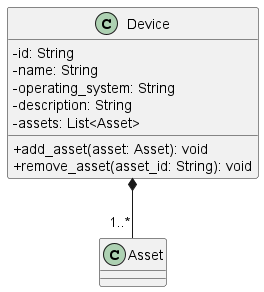
Above: src/PB/DocumentazioneEsterna/Specifica_Tecnica/content/uml/png/CreateDevice/Device.png in GroupRubberDuck/Documentazione (PlantUML), before the change. The source it was exported from:
```plantuml
@startuml Device
skinparam linetype ortho
skinparam classAttributeIconSize 0

class Device {
    - id: String
    - name: String
    - operating_system: String
    - description: String
    - assets: List<Asset>

    + add_asset(asset: Asset): void
    + remove_asset(asset_id: String): void
}

Device *-- "1..*" Asset

@enduml
```
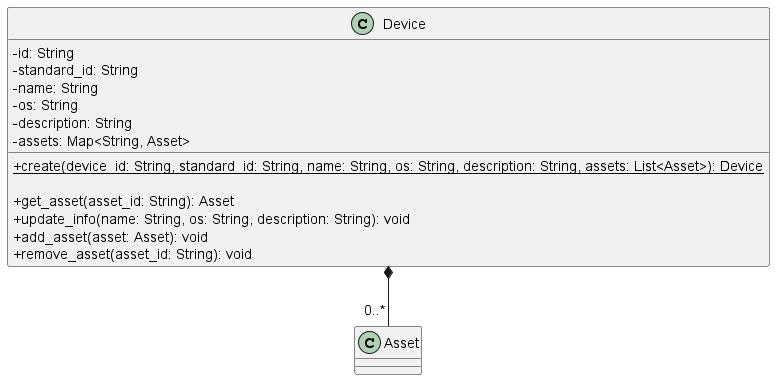
Later version of the same file.

The edit, as a diff of the source:
```diff
@@ -4,15 +4,20 @@
 
 class Device {
     - id: String
+    - standard_id: String
     - name: String
-    - operating_system: String
+    - os: String
     - description: String
-    - assets: List<Asset>
+    - assets: Map<String, Asset>
 
+    + {static} create(device_id: String, standard_id: String, name: String, os: String, description: String, assets: List<Asset>): Device
+
+    + get_asset(asset_id: String): Asset
+    + update_info(name: String, os: String, description: String): void
     + add_asset(asset: Asset): void
     + remove_asset(asset_id: String): void
 }
 
-Device *-- "1..*" Asset
+Device *-- "0..*" Asset
 
 @enduml
```
